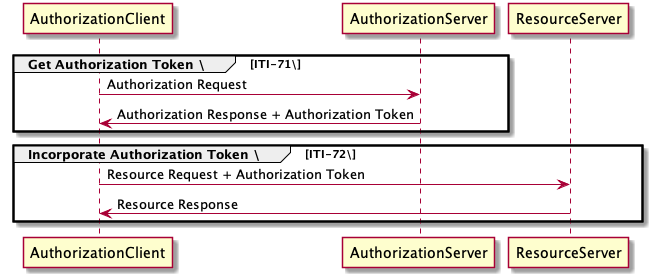
Before: IUA.b/media/basic-flow.png, a diagram exported from PlantUML (IHE/IT-Infrastructure).
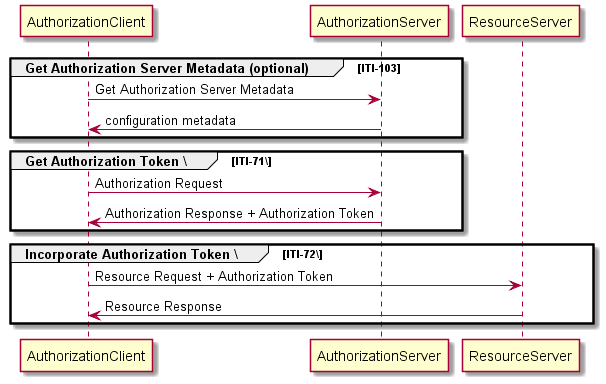
The same diagram one commit later.

Commit message:
Adding metadata support #111

What changed in the source:
```diff
@@ -1,4 +1,9 @@
-@startuml
+@startuml basic-flow
+
+group Get Authorization Server Metadata (optional) [ITI-103]
+AuthorizationClient -> AuthorizationServer : Get Authorization Server Metadata
+AuthorizationClient <- AuthorizationServer : configuration metadata
+end
 
 group Get Authorization Token \[ITI-71\]
 AuthorizationClient -> AuthorizationServer : Authorization Request
```
